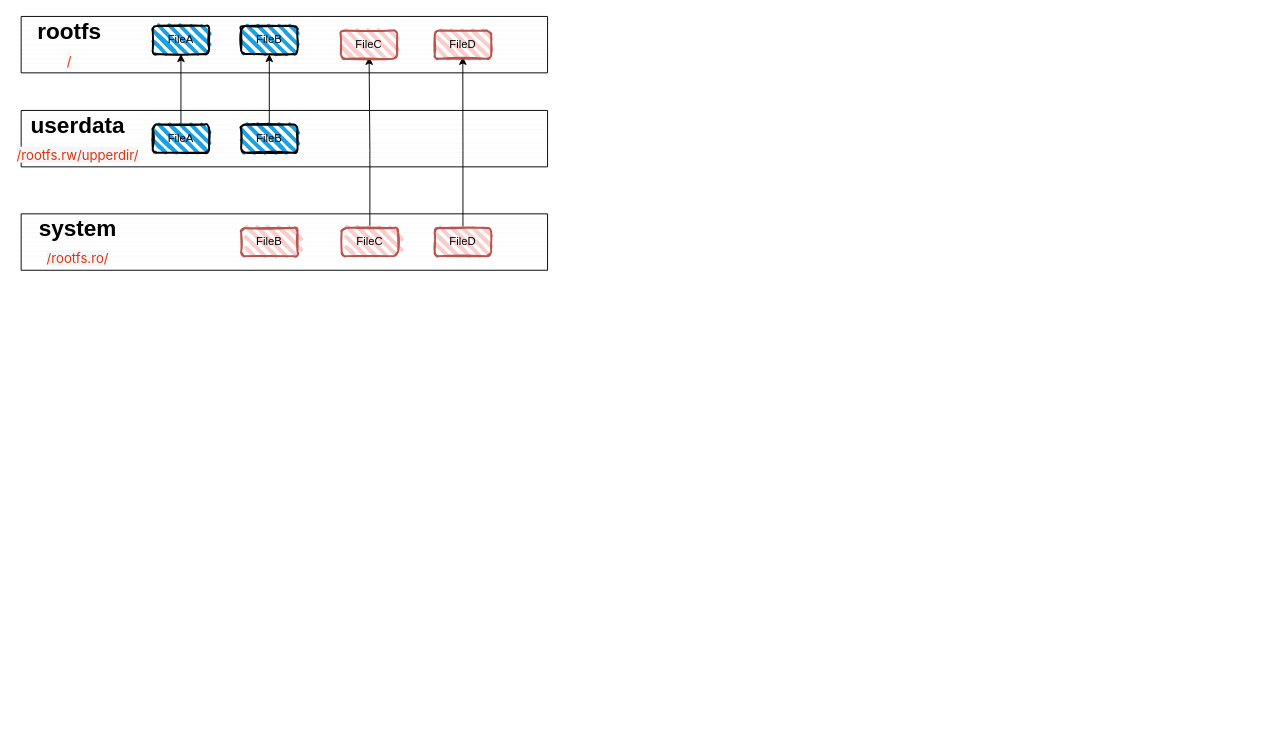
The draw.io diagram 未命名绘图.drawio in skyliangbogit/test, before the edit. Source tidied: cells renumbered, new cells numbered last; positions are measured from the earlier drawing's top-left corner, leaving out a move shared by most shapes. Both pictures are drawn from the tidied source at 94%, with x=0, y=0 at pixel (21, 16).
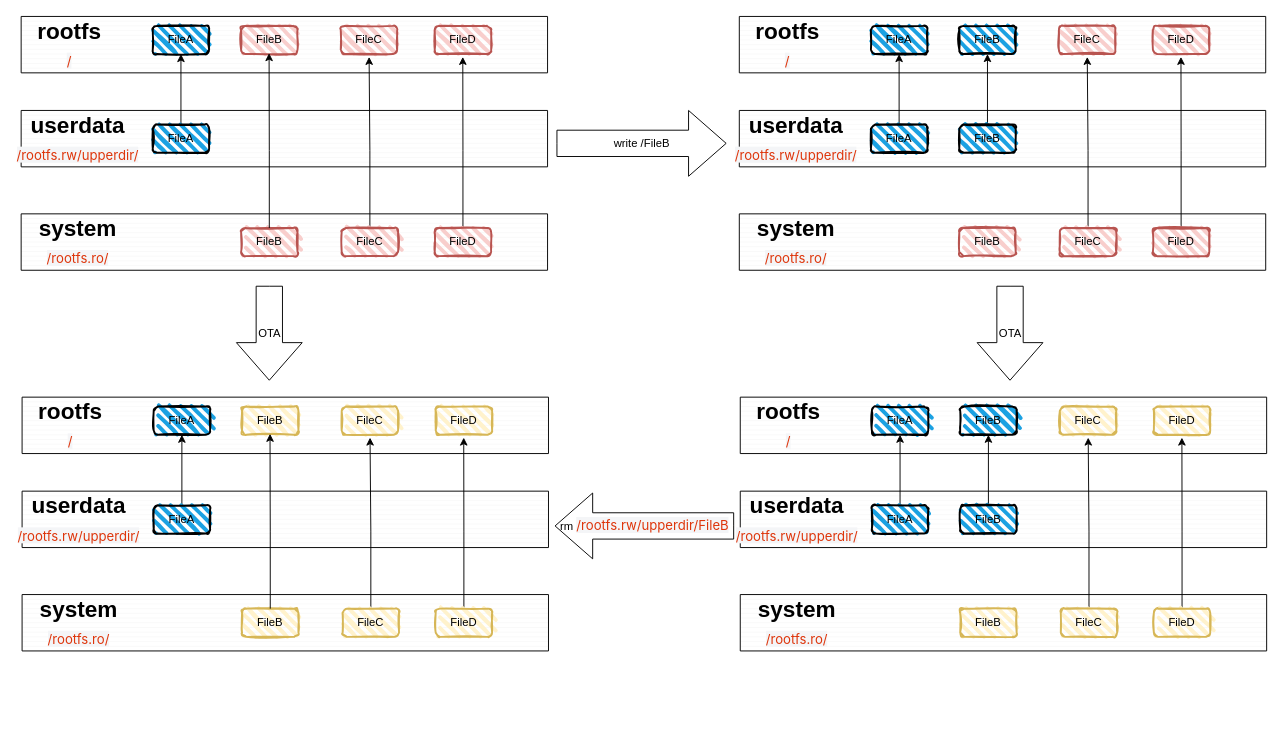
Above is the later version.

Unchanged cells that the change refers to:
```xml
<mxCell id="2" style="verticalLabelPosition=bottom;verticalAlign=top;html=1;shape=mxgraph.basic.patternFillRect;fillStyle=hor;step=5;fillStrokeWidth=0.2;fillStrokeColor=#dddddd;" parent="1" vertex="1">
  <mxGeometry width="560" height="60" as="geometry" />
</mxCell>
<mxCell id="11" value="FileB" style="rounded=1;whiteSpace=wrap;html=1;strokeWidth=2;fillWeight=4;hachureGap=8;hachureAngle=45;fillColor=#f8cecc;sketch=1;strokeColor=#b85450;" parent="1" vertex="1">
  <mxGeometry x="234" y="225" width="60" height="30" as="geometry" />
</mxCell>
```

What changed in the source:
```diff
@@
-    <mxCell id="6" value="FileB" style="rounded=1;whiteSpace=wrap;html=1;strokeWidth=2;fillWeight=4;hachureGap=8;hachureAngle=45;fillColor=#1ba1e2;sketch=1;" parent="1" vertex="1">
+    <mxCell id="6" value="FileB" style="rounded=1;whiteSpace=wrap;html=1;strokeWidth=2;fillWeight=4;hachureGap=8;hachureAngle=45;fillColor=#f8cecc;sketch=1;strokeColor=#b85450;" parent="1" vertex="1">
       <mxGeometry x="234" y="10" width="60" height="30" as="geometry" />
     </mxCell>
@@
-    <mxCell id="9" style="edgeStyle=orthogonalEdgeStyle;rounded=0;jettySize=auto;html=1;" parent="1" edge="1" source="10" target="6">
-      <mxGeometry relative="1" as="geometry" />
-    </mxCell>
-    <mxCell id="10" value="FileB" style="rounded=1;whiteSpace=wrap;html=1;strokeWidth=2;fillWeight=4;hachureGap=8;hachureAngle=45;fillColor=#1ba1e2;sketch=1;" parent="1" vertex="1">
-      <mxGeometry x="234" y="115" width="60" height="30" as="geometry" />
-    </mxCell>
@@
     <mxCell id="16" value="FileC" style="rounded=1;whiteSpace=wrap;html=1;strokeWidth=2;fillWeight=4;hachureGap=8;hachureAngle=45;fillColor=#f8cecc;sketch=1;strokeColor=#b85450;" parent="1" vertex="1">
-      <mxGeometry x="340" y="15" width="60" height="30" as="geometry" />
+      <mxGeometry x="340" y="10" width="60" height="30" as="geometry" />
     </mxCell>
     <mxCell id="17" value="FileD" style="rounded=1;whiteSpace=wrap;html=1;strokeWidth=2;fillWeight=4;hachureGap=8;hachureAngle=45;fillColor=#f8cecc;sketch=1;strokeColor=#b85450;" parent="1" vertex="1">
-      <mxGeometry x="440" y="15" width="60" height="30" as="geometry" />
+      <mxGeometry x="440" y="10" width="60" height="30" as="geometry" />
     </mxCell>
@@
+    <mxCell id="21" style="verticalLabelPosition=bottom;verticalAlign=top;html=1;shape=mxgraph.basic.patternFillRect;fillStyle=hor;step=5;fillStrokeWidth=0.2;fillStrokeColor=#dddddd;" parent="1" vertex="1">
+      <mxGeometry x="764" width="560" height="60" as="geometry" />
+    </mxCell>
+    <mxCell id="22" style="verticalLabelPosition=bottom;verticalAlign=top;html=1;shape=mxgraph.basic.patternFillRect;fillStyle=hor;step=5;fillStrokeWidth=0.2;fillStrokeColor=#dddddd;" parent="1" vertex="1">
+      <mxGeometry x="764" y="100" width="560" height="60" as="geometry" />
+    </mxCell>
+    <mxCell id="23" style="verticalLabelPosition=bottom;verticalAlign=top;html=1;shape=mxgraph.basic.patternFillRect;fillStyle=hor;step=5;fillStrokeWidth=0.2;fillStrokeColor=#dddddd;" parent="1" vertex="1">
+      <mxGeometry x="764" y="210" width="560" height="60" as="geometry" />
+    </mxCell>
+    <mxCell id="24" value="FileA" style="rounded=1;whiteSpace=wrap;html=1;strokeWidth=2;fillWeight=4;hachureGap=8;hachureAngle=45;fillColor=#1ba1e2;sketch=1;" parent="1" vertex="1">
+      <mxGeometry x="904" y="10" width="60" height="30" as="geometry" />
+    </mxCell>
+    <mxCell id="25" value="FileB" style="rounded=1;whiteSpace=wrap;html=1;strokeWidth=2;fillWeight=4;hachureGap=8;hachureAngle=45;fillColor=#1ba1e2;sketch=1;" parent="1" vertex="1">
+      <mxGeometry x="998" y="10" width="60" height="30" as="geometry" />
+    </mxCell>
+    <mxCell id="26" style="edgeStyle=orthogonalEdgeStyle;rounded=0;jettySize=auto;html=1;" parent="1" edge="1" source="27" target="24">
+      <mxGeometry relative="1" as="geometry" />
+    </mxCell>
+    <mxCell id="27" value="FileA" style="rounded=1;whiteSpace=wrap;html=1;strokeWidth=2;fillWeight=4;hachureGap=8;hachureAngle=45;fillColor=#1ba1e2;sketch=1;" parent="1" vertex="1">
+      <mxGeometry x="904" y="115" width="60" height="30" as="geometry" />
+    </mxCell>
+    <mxCell id="28" style="edgeStyle=orthogonalEdgeStyle;rounded=0;jettySize=auto;html=1;" parent="1" edge="1" source="29" target="25">
+      <mxGeometry relative="1" as="geometry" />
+    </mxCell>
+    <mxCell id="29" value="FileB" style="rounded=1;whiteSpace=wrap;html=1;strokeWidth=2;fillWeight=4;hachureGap=8;hachureAngle=45;fillColor=#1ba1e2;sketch=1;" parent="1" vertex="1">
+      <mxGeometry x="998" y="115" width="60" height="30" as="geometry" />
+    </mxCell>
+    <mxCell id="30" value="FileB" style="rounded=1;whiteSpace=wrap;html=1;strokeWidth=2;fillWeight=4;hachureGap=8;hachureAngle=45;fillColor=#f8cecc;sketch=1;strokeColor=#b85450;" parent="1" vertex="1">
+      <mxGeometry x="998" y="225" width="60" height="30" as="geometry" />
+    </mxCell>
+    <mxCell id="31" style="edgeStyle=orthogonalEdgeStyle;rounded=0;jettySize=auto;html=1;entryX=0.661;entryY=0.717;entryDx=0;entryDy=0;entryPerimeter=0;" parent="1" edge="1" source="32" target="21">
+      <mxGeometry relative="1" as="geometry" />
+    </mxCell>
+    <mxCell id="32" value="FileC" style="rounded=1;whiteSpace=wrap;html=1;strokeWidth=2;fillWeight=4;hachureGap=8;hachureAngle=45;fillColor=#f8cecc;sketch=1;strokeColor=#b85450;" parent="1" vertex="1">
+      <mxGeometry x="1105" y="225" width="60" height="30" as="geometry" />
+    </mxCell>
+    <mxCell id="33" style="edgeStyle=orthogonalEdgeStyle;rounded=0;jettySize=auto;html=1;entryX=0.839;entryY=0.717;entryDx=0;entryDy=0;entryPerimeter=0;" parent="1" edge="1" source="34" target="21">
+      <mxGeometry relative="1" as="geometry" />
+    </mxCell>
+    <mxCell id="34" value="FileD" style="rounded=1;whiteSpace=wrap;html=1;strokeWidth=2;fillWeight=4;hachureGap=8;hachureAngle=45;fillColor=#f8cecc;sketch=1;strokeColor=#b85450;" parent="1" vertex="1">
+      <mxGeometry x="1204" y="225" width="60" height="30" as="geometry" />
+    </mxCell>
+    <mxCell id="35" value="FileC" style="rounded=1;whiteSpace=wrap;html=1;strokeWidth=2;fillWeight=4;hachureGap=8;hachureAngle=45;fillColor=#f8cecc;sketch=1;strokeColor=#b85450;" parent="1" vertex="1">
+      <mxGeometry x="1104" y="10" width="60" height="30" as="geometry" />
+    </mxCell>
+    <mxCell id="36" value="FileD" style="rounded=1;whiteSpace=wrap;html=1;strokeWidth=2;fillWeight=4;hachureGap=8;hachureAngle=45;fillColor=#f8cecc;sketch=1;strokeColor=#b85450;" parent="1" vertex="1">
+      <mxGeometry x="1204" y="10" width="60" height="30" as="geometry" />
+    </mxCell>
+    <mxCell id="37" value="rootfs&lt;div&gt;&lt;span style=&quot;color: rgb(222, 53, 11); font-family: -apple-system, &amp;quot;system-ui&amp;quot;, &amp;quot;Segoe UI&amp;quot;, Roboto, Oxygen, Ubuntu, &amp;quot;Fira Sans&amp;quot;, &amp;quot;Droid Sans&amp;quot;, &amp;quot;Helvetica Neue&amp;quot;, sans-serif; font-size: 14px; font-weight: 400; text-align: start; text-wrap: wrap; background-color: rgb(244, 245, 247);&quot;&gt;/&lt;/span&gt;&lt;br&gt;&lt;/div&gt;" style="text;strokeColor=none;fillColor=none;html=1;fontSize=24;fontStyle=1;verticalAlign=middle;align=center;" parent="1" vertex="1">
+      <mxGeometry x="765" y="10" width="100" height="40" as="geometry" />
+    </mxCell>
+    <mxCell id="38" value="userdata&lt;div&gt;&lt;span style=&quot;color: rgb(222, 53, 11); font-family: -apple-system, &amp;quot;system-ui&amp;quot;, &amp;quot;Segoe UI&amp;quot;, Roboto, Oxygen, Ubuntu, &amp;quot;Fira Sans&amp;quot;, &amp;quot;Droid Sans&amp;quot;, &amp;quot;Helvetica Neue&amp;quot;, sans-serif; font-size: 14px; font-weight: 400; text-align: start; text-wrap: wrap; background-color: rgb(244, 245, 247);&quot;&gt;/rootfs.rw/upperdir/&lt;/span&gt;&lt;br&gt;&lt;/div&gt;" style="text;strokeColor=none;fillColor=none;html=1;fontSize=24;fontStyle=1;verticalAlign=middle;align=center;" parent="1" vertex="1">
+      <mxGeometry x="774" y="110" width="100" height="40" as="geometry" />
+    </mxCell>
+    <mxCell id="39" value="system&lt;div&gt;&lt;span style=&quot;color: rgb(222, 53, 11); font-family: -apple-system, &amp;quot;system-ui&amp;quot;, &amp;quot;Segoe UI&amp;quot;, Roboto, Oxygen, Ubuntu, &amp;quot;Fira Sans&amp;quot;, &amp;quot;Droid Sans&amp;quot;, &amp;quot;Helvetica Neue&amp;quot;, sans-serif; font-size: 14px; font-weight: 400; text-align: start; text-wrap: wrap; background-color: rgb(244, 245, 247);&quot;&gt;/rootfs.ro/&lt;/span&gt;&lt;br&gt;&lt;/div&gt;" style="text;strokeColor=none;fillColor=none;html=1;fontSize=24;fontStyle=1;verticalAlign=middle;align=center;" parent="1" vertex="1">
+      <mxGeometry x="774" y="220" width="100" height="40" as="geometry" />
+    </mxCell>
+    <mxCell id="40" style="edgeStyle=orthogonalEdgeStyle;rounded=0;jettySize=auto;html=1;entryX=0.471;entryY=0.65;entryDx=0;entryDy=0;entryPerimeter=0;" parent="1" edge="1" source="11" target="2">
+      <mxGeometry relative="1" as="geometry" />
+    </mxCell>
+    <mxCell id="41" value="write /FileB" style="html=1;shadow=0;dashed=0;align=center;verticalAlign=middle;shape=mxgraph.arrows2.arrow;dy=0.6;dx=40;notch=0;" parent="1" vertex="1">
+      <mxGeometry x="570" y="100" width="180" height="70" as="geometry" />
+    </mxCell>
+    <mxCell id="42" value="OTA" style="html=1;shadow=0;dashed=0;align=center;verticalAlign=middle;shape=mxgraph.arrows2.arrow;dy=0.6;dx=40;direction=south;notch=0;" parent="1" vertex="1">
+      <mxGeometry x="1017" y="287" width="70" height="100" as="geometry" />
+    </mxCell>
+    <mxCell id="43" value="rm&amp;nbsp;&lt;span style=&quot;color: rgb(222, 53, 11); font-family: -apple-system, &amp;quot;system-ui&amp;quot;, &amp;quot;Segoe UI&amp;quot;, Roboto, Oxygen, Ubuntu, &amp;quot;Fira Sans&amp;quot;, &amp;quot;Droid Sans&amp;quot;, &amp;quot;Helvetica Neue&amp;quot;, sans-serif; font-size: 14px; text-align: start; text-wrap: wrap; background-color: rgb(244, 245, 247);&quot;&gt;/rootfs.rw/upperdir/FileB&lt;/span&gt;" style="html=1;shadow=0;dashed=0;align=center;verticalAlign=middle;shape=mxgraph.arrows2.arrow;dy=0.6;dx=40;flipH=1;notch=0;" parent="1" vertex="1">
+      <mxGeometry x="568" y="507" width="190" height="70" as="geometry" />
+    </mxCell>
+    <mxCell id="44" value="OTA" style="html=1;shadow=0;dashed=0;align=center;verticalAlign=middle;shape=mxgraph.arrows2.arrow;dy=0.6;dx=40;direction=south;notch=0;" parent="1" vertex="1">
+      <mxGeometry x="229" y="287" width="70" height="100" as="geometry" />
+    </mxCell>
+    <mxCell id="45" style="group;" parent="1" vertex="1">
+      <mxGeometry x="765" y="405" width="560" height="340" as="geometry" />
+    </mxCell>
+    <mxCell id="46" style="verticalLabelPosition=bottom;verticalAlign=top;html=1;shape=mxgraph.basic.patternFillRect;fillStyle=hor;step=5;fillStrokeWidth=0.2;fillStrokeColor=#dddddd;" parent="45" vertex="1">
+      <mxGeometry width="560" height="60" as="geometry" />
+    </mxCell>
+    <mxCell id="47" style="verticalLabelPosition=bottom;verticalAlign=top;html=1;shape=mxgraph.basic.patternFillRect;fillStyle=hor;step=5;fillStrokeWidth=0.2;fillStrokeColor=#dddddd;" parent="45" vertex="1">
+      <mxGeometry y="100" width="560" height="60" as="geometry" />
+    </mxCell>
+    <mxCell id="48" style="verticalLabelPosition=bottom;verticalAlign=top;html=1;shape=mxgraph.basic.patternFillRect;fillStyle=hor;step=5;fillStrokeWidth=0.2;fillStrokeColor=#dddddd;" parent="45" vertex="1">
+      <mxGeometry y="210" width="560" height="60" as="geometry" />
+    </mxCell>
+    <mxCell id="49" value="FileA" style="rounded=1;whiteSpace=wrap;html=1;strokeWidth=2;fillWeight=4;hachureGap=8;hachureAngle=45;fillColor=#1ba1e2;sketch=1;" parent="45" vertex="1">
+      <mxGeometry x="140" y="10" width="60" height="30" as="geometry" />
+    </mxCell>
+    <mxCell id="50" value="FileB" style="rounded=1;whiteSpace=wrap;html=1;strokeWidth=2;fillWeight=4;hachureGap=8;hachureAngle=45;fillColor=#1ba1e2;sketch=1;" parent="45" vertex="1">
+      <mxGeometry x="234" y="10" width="60" height="30" as="geometry" />
+    </mxCell>
+    <mxCell id="51" style="edgeStyle=orthogonalEdgeStyle;rounded=0;jettySize=auto;html=1;" parent="45" edge="1" source="52" target="49">
+      <mxGeometry relative="1" as="geometry" />
+    </mxCell>
+    <mxCell id="52" value="FileA" style="rounded=1;whiteSpace=wrap;html=1;strokeWidth=2;fillWeight=4;hachureGap=8;hachureAngle=45;fillColor=#1ba1e2;sketch=1;" parent="45" vertex="1">
+      <mxGeometry x="140" y="115" width="60" height="30" as="geometry" />
+    </mxCell>
+    <mxCell id="53" style="edgeStyle=orthogonalEdgeStyle;rounded=0;jettySize=auto;html=1;" parent="45" edge="1" source="54" target="50">
+      <mxGeometry relative="1" as="geometry" />
+    </mxCell>
+    <mxCell id="54" value="FileB" style="rounded=1;whiteSpace=wrap;html=1;strokeWidth=2;fillWeight=4;hachureGap=8;hachureAngle=45;fillColor=#1ba1e2;sketch=1;" parent="45" vertex="1">
+      <mxGeometry x="234" y="115" width="60" height="30" as="geometry" />
+    </mxCell>
+    <mxCell id="55" value="FileB" style="rounded=1;whiteSpace=wrap;html=1;strokeWidth=2;fillWeight=4;hachureGap=8;hachureAngle=45;fillColor=#fff2cc;sketch=1;strokeColor=#d6b656;" parent="45" vertex="1">
+      <mxGeometry x="234" y="225" width="60" height="30" as="geometry" />
+    </mxCell>
+    <mxCell id="56" style="edgeStyle=orthogonalEdgeStyle;rounded=0;jettySize=auto;html=1;entryX=0.661;entryY=0.717;entryDx=0;entryDy=0;entryPerimeter=0;" parent="45" edge="1" source="57" target="46">
+      <mxGeometry relative="1" as="geometry" />
+    </mxCell>
+    <mxCell id="57" value="FileC" style="rounded=1;whiteSpace=wrap;html=1;strokeWidth=2;fillWeight=4;hachureGap=8;hachureAngle=45;fillColor=#fff2cc;sketch=1;strokeColor=#d6b656;" parent="45" vertex="1">
+      <mxGeometry x="341" y="225" width="60" height="30" as="geometry" />
+    </mxCell>
+    <mxCell id="58" style="edgeStyle=orthogonalEdgeStyle;rounded=0;jettySize=auto;html=1;entryX=0.839;entryY=0.717;entryDx=0;entryDy=0;entryPerimeter=0;" parent="45" edge="1" source="59" target="46">
+      <mxGeometry relative="1" as="geometry" />
+    </mxCell>
+    <mxCell id="59" value="FileD" style="rounded=1;whiteSpace=wrap;html=1;strokeWidth=2;fillWeight=4;hachureGap=8;hachureAngle=45;fillColor=#fff2cc;sketch=1;strokeColor=#d6b656;" parent="45" vertex="1">
+      <mxGeometry x="440" y="225" width="60" height="30" as="geometry" />
+    </mxCell>
+    <mxCell id="60" value="FileC" style="rounded=1;whiteSpace=wrap;html=1;strokeWidth=2;fillWeight=4;hachureGap=8;hachureAngle=45;fillColor=#fff2cc;sketch=1;strokeColor=#d6b656;" parent="45" vertex="1">
+      <mxGeometry x="340" y="10" width="60" height="30" as="geometry" />
+    </mxCell>
+    <mxCell id="61" value="FileD" style="rounded=1;whiteSpace=wrap;html=1;strokeWidth=2;fillWeight=4;hachureGap=8;hachureAngle=45;fillColor=#fff2cc;sketch=1;strokeColor=#d6b656;" parent="45" vertex="1">
+      <mxGeometry x="440" y="10" width="60" height="30" as="geometry" />
+    </mxCell>
+    <mxCell id="62" value="rootfs&lt;div&gt;&lt;span style=&quot;color: rgb(222, 53, 11); font-family: -apple-system, &amp;quot;system-ui&amp;quot;, &amp;quot;Segoe UI&amp;quot;, Roboto, Oxygen, Ubuntu, &amp;quot;Fira Sans&amp;quot;, &amp;quot;Droid Sans&amp;quot;, &amp;quot;Helvetica Neue&amp;quot;, sans-serif; font-size: 14px; font-weight: 400; text-align: start; text-wrap: wrap; background-color: rgb(244, 245, 247);&quot;&gt;/&lt;/span&gt;&lt;br&gt;&lt;/div&gt;" style="text;strokeColor=none;fillColor=none;html=1;fontSize=24;fontStyle=1;verticalAlign=middle;align=center;" parent="45" vertex="1">
+      <mxGeometry x="1" y="10" width="100" height="40" as="geometry" />
+    </mxCell>
+    <mxCell id="63" value="userdata&lt;div&gt;&lt;span style=&quot;color: rgb(222, 53, 11); font-family: -apple-system, &amp;quot;system-ui&amp;quot;, &amp;quot;Segoe UI&amp;quot;, Roboto, Oxygen, Ubuntu, &amp;quot;Fira Sans&amp;quot;, &amp;quot;Droid Sans&amp;quot;, &amp;quot;Helvetica Neue&amp;quot;, sans-serif; font-size: 14px; font-weight: 400; text-align: start; text-wrap: wrap; background-color: rgb(244, 245, 247);&quot;&gt;/rootfs.rw/upperdir/&lt;/span&gt;&lt;br&gt;&lt;/div&gt;" style="text;strokeColor=none;fillColor=none;html=1;fontSize=24;fontStyle=1;verticalAlign=middle;align=center;" parent="45" vertex="1">
+      <mxGeometry x="10" y="110" width="100" height="40" as="geometry" />
+    </mxCell>
+    <mxCell id="64" value="system&lt;div&gt;&lt;span style=&quot;color: rgb(222, 53, 11); font-family: -apple-system, &amp;quot;system-ui&amp;quot;, &amp;quot;Segoe UI&amp;quot;, Roboto, Oxygen, Ubuntu, &amp;quot;Fira Sans&amp;quot;, &amp;quot;Droid Sans&amp;quot;, &amp;quot;Helvetica Neue&amp;quot;, sans-serif; font-size: 14px; font-weight: 400; text-align: start; text-wrap: wrap; background-color: rgb(244, 245, 247);&quot;&gt;/rootfs.ro/&lt;/span&gt;&lt;br&gt;&lt;/div&gt;" style="text;strokeColor=none;fillColor=none;html=1;fontSize=24;fontStyle=1;verticalAlign=middle;align=center;" parent="45" vertex="1">
+      <mxGeometry x="10" y="220" width="100" height="40" as="geometry" />
+    </mxCell>
+    <mxCell id="65" style="group;" parent="1" vertex="1">
+      <mxGeometry x="1" y="405" width="560" height="270" as="geometry" />
+    </mxCell>
+    <mxCell id="66" style="verticalLabelPosition=bottom;verticalAlign=top;html=1;shape=mxgraph.basic.patternFillRect;fillStyle=hor;step=5;fillStrokeWidth=0.2;fillStrokeColor=#dddddd;" parent="65" vertex="1">
+      <mxGeometry width="560" height="60" as="geometry" />
+    </mxCell>
+    <mxCell id="67" style="verticalLabelPosition=bottom;verticalAlign=top;html=1;shape=mxgraph.basic.patternFillRect;fillStyle=hor;step=5;fillStrokeWidth=0.2;fillStrokeColor=#dddddd;" parent="65" vertex="1">
+      <mxGeometry y="100" width="560" height="60" as="geometry" />
+    </mxCell>
+    <mxCell id="68" style="verticalLabelPosition=bottom;verticalAlign=top;html=1;shape=mxgraph.basic.patternFillRect;fillStyle=hor;step=5;fillStrokeWidth=0.2;fillStrokeColor=#dddddd;" parent="65" vertex="1">
+      <mxGeometry y="210" width="560" height="60" as="geometry" />
+    </mxCell>
+    <mxCell id="69" value="FileA" style="rounded=1;whiteSpace=wrap;html=1;strokeWidth=2;fillWeight=4;hachureGap=8;hachureAngle=45;fillColor=#1ba1e2;sketch=1;" parent="65" vertex="1">
+      <mxGeometry x="140" y="10" width="60" height="30" as="geometry" />
+    </mxCell>
+    <mxCell id="70" value="FileB" style="rounded=1;whiteSpace=wrap;html=1;strokeWidth=2;fillWeight=4;hachureGap=8;hachureAngle=45;fillColor=#fff2cc;sketch=1;strokeColor=#d6b656;" parent="65" vertex="1">
+      <mxGeometry x="234" y="10" width="60" height="30" as="geometry" />
+    </mxCell>
+    <mxCell id="71" style="edgeStyle=orthogonalEdgeStyle;rounded=0;jettySize=auto;html=1;" parent="65" edge="1" source="72" target="69">
+      <mxGeometry relative="1" as="geometry" />
+    </mxCell>
+    <mxCell id="72" value="FileA" style="rounded=1;whiteSpace=wrap;html=1;strokeWidth=2;fillWeight=4;hachureGap=8;hachureAngle=45;fillColor=#1ba1e2;sketch=1;" parent="65" vertex="1">
+      <mxGeometry x="140" y="115" width="60" height="30" as="geometry" />
+    </mxCell>
+    <mxCell id="73" value="FileB" style="rounded=1;whiteSpace=wrap;html=1;strokeWidth=2;fillWeight=4;hachureGap=8;hachureAngle=45;fillColor=#fff2cc;sketch=1;strokeColor=#d6b656;" parent="65" vertex="1">
+      <mxGeometry x="234" y="225" width="60" height="30" as="geometry" />
+    </mxCell>
+    <mxCell id="74" style="edgeStyle=orthogonalEdgeStyle;rounded=0;jettySize=auto;html=1;entryX=0.661;entryY=0.717;entryDx=0;entryDy=0;entryPerimeter=0;" parent="65" edge="1" source="75" target="66">
+      <mxGeometry relative="1" as="geometry" />
+    </mxCell>
+    <mxCell id="75" value="FileC" style="rounded=1;whiteSpace=wrap;html=1;strokeWidth=2;fillWeight=4;hachureGap=8;hachureAngle=45;fillColor=#fff2cc;sketch=1;strokeColor=#d6b656;" parent="65" vertex="1">
+      <mxGeometry x="341" y="225" width="60" height="30" as="geometry" />
+    </mxCell>
+    <mxCell id="76" style="edgeStyle=orthogonalEdgeStyle;rounded=0;jettySize=auto;html=1;entryX=0.839;entryY=0.717;entryDx=0;entryDy=0;entryPerimeter=0;" parent="65" edge="1" source="77" target="66">
+      <mxGeometry relative="1" as="geometry" />
+    </mxCell>
+    <mxCell id="77" value="FileD" style="rounded=1;whiteSpace=wrap;html=1;strokeWidth=2;fillWeight=4;hachureGap=8;hachureAngle=45;fillColor=#fff2cc;sketch=1;strokeColor=#d6b656;" parent="65" vertex="1">
+      <mxGeometry x="440" y="225" width="60" height="30" as="geometry" />
+    </mxCell>
+    <mxCell id="78" value="FileC" style="rounded=1;whiteSpace=wrap;html=1;strokeWidth=2;fillWeight=4;hachureGap=8;hachureAngle=45;fillColor=#fff2cc;sketch=1;strokeColor=#d6b656;" parent="65" vertex="1">
+      <mxGeometry x="340" y="10" width="60" height="30" as="geometry" />
+    </mxCell>
+    <mxCell id="79" value="FileD" style="rounded=1;whiteSpace=wrap;html=1;strokeWidth=2;fillWeight=4;hachureGap=8;hachureAngle=45;fillColor=#fff2cc;sketch=1;strokeColor=#d6b656;" parent="65" vertex="1">
+      <mxGeometry x="440" y="10" width="60" height="30" as="geometry" />
+    </mxCell>
+    <mxCell id="80" value="rootfs&lt;div&gt;&lt;span style=&quot;color: rgb(222, 53, 11); font-family: -apple-system, &amp;quot;system-ui&amp;quot;, &amp;quot;Segoe UI&amp;quot;, Roboto, Oxygen, Ubuntu, &amp;quot;Fira Sans&amp;quot;, &amp;quot;Droid Sans&amp;quot;, &amp;quot;Helvetica Neue&amp;quot;, sans-serif; font-size: 14px; font-weight: 400; text-align: start; text-wrap: wrap; background-color: rgb(244, 245, 247);&quot;&gt;/&lt;/span&gt;&lt;br&gt;&lt;/div&gt;" style="text;strokeColor=none;fillColor=none;html=1;fontSize=24;fontStyle=1;verticalAlign=middle;align=center;" parent="65" vertex="1">
+      <mxGeometry x="1" y="10" width="100" height="40" as="geometry" />
+    </mxCell>
+    <mxCell id="81" value="userdata&lt;div&gt;&lt;span style=&quot;color: rgb(222, 53, 11); font-family: -apple-system, &amp;quot;system-ui&amp;quot;, &amp;quot;Segoe UI&amp;quot;, Roboto, Oxygen, Ubuntu, &amp;quot;Fira Sans&amp;quot;, &amp;quot;Droid Sans&amp;quot;, &amp;quot;Helvetica Neue&amp;quot;, sans-serif; font-size: 14px; font-weight: 400; text-align: start; text-wrap: wrap; background-color: rgb(244, 245, 247);&quot;&gt;/rootfs.rw/upperdir/&lt;/span&gt;&lt;br&gt;&lt;/div&gt;" style="text;strokeColor=none;fillColor=none;html=1;fontSize=24;fontStyle=1;verticalAlign=middle;align=center;" parent="65" vertex="1">
+      <mxGeometry x="10" y="110" width="100" height="40" as="geometry" />
+    </mxCell>
+    <mxCell id="82" value="system&lt;div&gt;&lt;span style=&quot;color: rgb(222, 53, 11); font-family: -apple-system, &amp;quot;system-ui&amp;quot;, &amp;quot;Segoe UI&amp;quot;, Roboto, Oxygen, Ubuntu, &amp;quot;Fira Sans&amp;quot;, &amp;quot;Droid Sans&amp;quot;, &amp;quot;Helvetica Neue&amp;quot;, sans-serif; font-size: 14px; font-weight: 400; text-align: start; text-wrap: wrap; background-color: rgb(244, 245, 247);&quot;&gt;/rootfs.ro/&lt;/span&gt;&lt;br&gt;&lt;/div&gt;" style="text;strokeColor=none;fillColor=none;html=1;fontSize=24;fontStyle=1;verticalAlign=middle;align=center;" parent="65" vertex="1">
+      <mxGeometry x="10" y="220" width="100" height="40" as="geometry" />
+    </mxCell>
+    <mxCell id="83" style="edgeStyle=orthogonalEdgeStyle;rounded=0;jettySize=auto;html=1;entryX=0.471;entryY=0.65;entryDx=0;entryDy=0;entryPerimeter=0;" parent="65" edge="1" source="73" target="66">
+      <mxGeometry relative="1" as="geometry" />
+    </mxCell>
```
